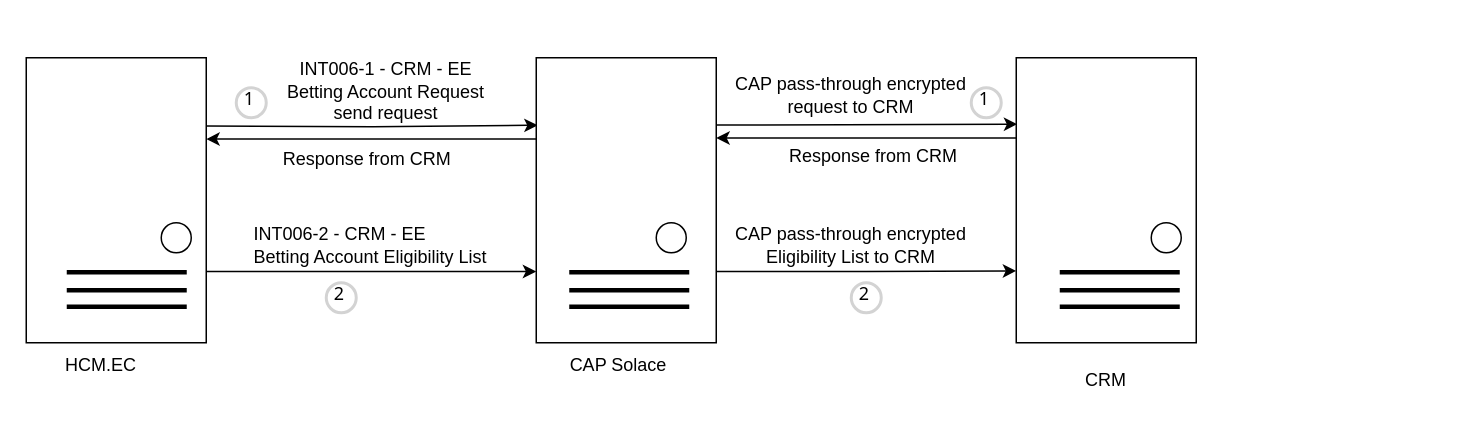
Above: page "CRM" (6 of 10) of Untitled Diagram.drawio in wsxad234/flowchart (draw.io), before the change. Source tidied: cells renumbered, new cells numbered last; positions are measured from the earlier drawing's top-left corner, leaving out a move shared by most shapes. Both pictures are drawn from the tidied source at 150%, with x=0, y=0 at pixel (26, 57).
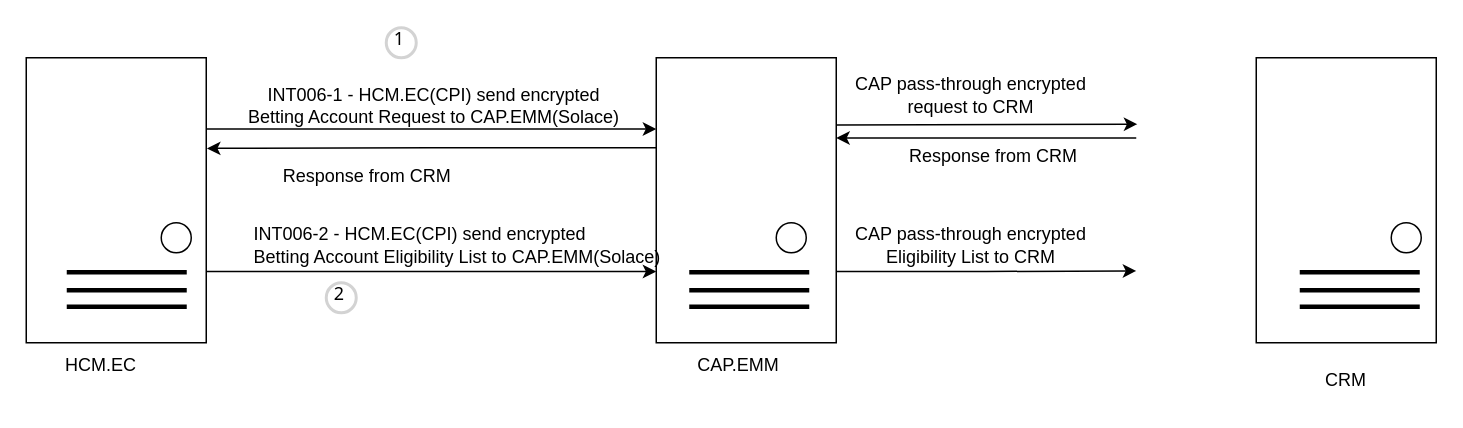
Above is the later version.

Unchanged cells that the change refers to:
```xml
<mxCell id="18" style="rounded=0;whiteSpace=wrap;html=1;" parent="16" vertex="1">
  <mxGeometry width="120" height="190" as="geometry" />
</mxCell>
<mxCell id="25" style="rounded=0;whiteSpace=wrap;html=1;" parent="24" vertex="1">
  <mxGeometry width="120" height="190" as="geometry" />
</mxCell>
```

Change to the diagram source:
```diff
@@
-    <mxCell id="2" style="edgeStyle=orthogonalEdgeStyle;rounded=0;orthogonalLoop=1;jettySize=auto;html=1;exitX=1;exitY=0.25;exitDx=0;exitDy=0;entryX=0.008;entryY=0.6;entryDx=0;entryDy=0;entryPerimeter=0;" parent="1" edge="1">
-      <mxGeometry relative="1" as="geometry">
-        <mxPoint x="120" y="45.5" as="sourcePoint" />
-        <mxPoint x="341" y="45" as="targetPoint" />
-      </mxGeometry>
-    </mxCell>
-    <mxCell id="3" style="edgeStyle=orthogonalEdgeStyle;rounded=0;orthogonalLoop=1;jettySize=auto;html=1;entryX=1;entryY=0.5;entryDx=0;entryDy=0;" parent="1" edge="1">
-      <mxGeometry relative="1" as="geometry">
-        <mxPoint x="340" y="54.2" as="sourcePoint" />
-        <mxPoint x="120" y="54.2" as="targetPoint" />
-      </mxGeometry>
+    <mxCell id="3" style="edgeStyle=orthogonalEdgeStyle;rounded=0;jettySize=auto;html=1;entryX=1.004;entryY=0.318;entryDx=0;entryDy=0;exitX=0;exitY=0.316;exitDx=0;exitDy=0;exitPerimeter=0;entryPerimeter=0;" parent="1" edge="1" source="18" target="25">
+      <mxGeometry relative="1" as="geometry" />
     </mxCell>
     <mxCell id="4" style="edgeStyle=orthogonalEdgeStyle;rounded=0;orthogonalLoop=1;jettySize=auto;html=1;exitX=0;exitY=0.25;exitDx=0;exitDy=0;entryX=1;entryY=0.25;entryDx=0;entryDy=0;" parent="1" edge="1">
       <mxGeometry relative="1" as="geometry">
-        <mxPoint x="660" y="53.5" as="sourcePoint" />
-        <mxPoint x="460" y="53.5" as="targetPoint" />
+        <mxPoint x="740" y="53.5" as="sourcePoint" />
+        <mxPoint x="540" y="53.5" as="targetPoint" />
       </mxGeometry>
     </mxCell>
     <mxCell id="5" value="Response from CRM" style="text;html=1;strokeColor=none;fillColor=none;align=center;verticalAlign=middle;whiteSpace=wrap;rounded=0;" parent="1" vertex="1">
-      <mxGeometry x="150" y="60" width="155" height="16" as="geometry" />
+      <mxGeometry x="150" y="71" width="155" height="16" as="geometry" />
     </mxCell>
     <mxCell id="6" value="CAP pass-through encrypted request to CRM" style="text;html=1;strokeColor=none;fillColor=none;align=center;verticalAlign=middle;whiteSpace=wrap;rounded=0;" parent="1" vertex="1">
-      <mxGeometry x="460" y="10" width="180" height="30" as="geometry" />
+      <mxGeometry x="540" y="10" width="180" height="30" as="geometry" />
     </mxCell>
-    <mxCell id="7" value="&lt;br&gt;&lt;table style=&quot;border-collapse:&lt;br/&gt; collapse;width:305pt&quot; width=&quot;406&quot; cellspacing=&quot;0&quot; cellpadding=&quot;0&quot; border=&quot;0&quot;&gt;&lt;tbody&gt;&lt;tr style=&quot;height:14.4pt&quot; height=&quot;19&quot;&gt;  &lt;td style=&quot;height:14.4pt;width:305pt&quot; width=&quot;406&quot; height=&quot;19&quot;&gt;INT006-1 - CRM - EE&lt;br&gt;  Betting Account Request&lt;/td&gt;&lt;/tr&gt;&lt;/tbody&gt;&lt;/table&gt;send request" style="text;html=1;strokeColor=none;fillColor=none;align=center;verticalAlign=middle;whiteSpace=wrap;rounded=0;" parent="1" vertex="1">
-      <mxGeometry x="120" width="240" height="30" as="geometry" />
+    <mxCell id="7" value="&lt;br&gt;&lt;table style=&quot;border-collapse:&lt;br/&gt; collapse;width:305pt&quot; width=&quot;406&quot; cellspacing=&quot;0&quot; cellpadding=&quot;0&quot; border=&quot;0&quot;&gt;&lt;tbody&gt;&lt;tr style=&quot;height:14.4pt&quot; height=&quot;19&quot;&gt;  &lt;td style=&quot;height:14.4pt;width:305pt&quot; width=&quot;406&quot; height=&quot;19&quot;&gt;INT006-1 - HCM.EC(CPI) send encrypted&lt;br&gt;  Betting Account Request to CAP.EMM(Solace)&lt;/td&gt;&lt;/tr&gt;&lt;/tbody&gt;&lt;/table&gt;" style="text;html=1;strokeColor=none;fillColor=none;align=center;verticalAlign=middle;whiteSpace=wrap;rounded=0;" parent="1" vertex="1">
+      <mxGeometry x="152" y="10" width="240" height="30" as="geometry" />
     </mxCell>
     <mxCell id="8" style="endArrow=classic;html=1;rounded=0;entryX=0.006;entryY=0.312;entryDx=0;entryDy=0;entryPerimeter=0;exitX=1.002;exitY=0.315;exitDx=0;exitDy=0;exitPerimeter=0;" parent="1" edge="1">
       <mxGeometry relative="1" as="geometry">
-        <mxPoint x="460.2" y="44.9" as="sourcePoint" />
-        <mxPoint x="660.7" y="44.3" as="targetPoint" />
+        <mxPoint x="540.2" y="44.9" as="sourcePoint" />
+        <mxPoint x="740.7" y="44.3" as="targetPoint" />
       </mxGeometry>
     </mxCell>
     <mxCell id="9" style="group;" parent="1" vertex="1">
-      <mxGeometry x="660" width="120" height="230" as="geometry" />
+      <mxGeometry x="820" width="120" height="230" as="geometry" />
     </mxCell>
@@
     <mxCell id="16" style="group;" parent="1" vertex="1">
-      <mxGeometry x="340" width="120" height="220" as="geometry" />
+      <mxGeometry x="420" width="120" height="220" as="geometry" />
     </mxCell>
@@
-    <mxCell id="20" value="CAP Solace" style="text;html=1;strokeColor=none;fillColor=none;align=center;verticalAlign=middle;whiteSpace=wrap;rounded=0;" parent="16" vertex="1">
+    <mxCell id="20" value="CAP.EMM" style="text;html=1;strokeColor=none;fillColor=none;align=center;verticalAlign=middle;whiteSpace=wrap;rounded=0;" parent="16" vertex="1">
       <mxGeometry x="20" y="190" width="70" height="30" as="geometry" />
     </mxCell>
@@
     <mxCell id="31" value="Response from CRM" style="text;html=1;strokeColor=none;fillColor=none;align=center;verticalAlign=middle;whiteSpace=wrap;rounded=0;" parent="1" vertex="1">
-      <mxGeometry x="490" y="56" width="150" height="20" as="geometry" />
+      <mxGeometry x="570" y="56" width="150" height="20" as="geometry" />
     </mxCell>
@@
-    <mxCell id="34" value="2" style="ellipse;whiteSpace=wrap;html=1;strokeWidth=2;fontFamily=Tahoma;spacingBottom=4;spacingRight=2;strokeColor=#d3d3d3;" parent="1" vertex="1">
-      <mxGeometry x="550" y="150" width="20" height="20" as="geometry" />
-    </mxCell>
     <mxCell id="35" value="1" style="ellipse;whiteSpace=wrap;html=1;strokeWidth=2;fontFamily=Tahoma;spacingBottom=4;spacingRight=2;strokeColor=#d3d3d3;" parent="1" vertex="1">
-      <mxGeometry x="140" y="20" width="20" height="20" as="geometry" />
+      <mxGeometry x="240" y="-20" width="20" height="20" as="geometry" />
     </mxCell>
-    <mxCell id="36" value="1" style="ellipse;whiteSpace=wrap;html=1;strokeWidth=2;fontFamily=Tahoma;spacingBottom=4;spacingRight=2;strokeColor=#d3d3d3;" parent="1" vertex="1">
-      <mxGeometry x="630" y="20" width="20" height="20" as="geometry" />
-    </mxCell>
-    <mxCell id="37" value="&lt;br&gt;&lt;table border=&quot;0&quot; cellpadding=&quot;0&quot; cellspacing=&quot;0&quot; width=&quot;406&quot; style=&quot;border-collapse:&lt;br/&gt; collapse;width:305pt&quot;&gt; &lt;colgroup&gt;&lt;col width=&quot;406&quot; style=&quot;mso-width-source:userset;mso-width-alt:14449;width:305pt&quot;&gt;&lt;/colgroup&gt; &lt;tbody&gt;&lt;tr height=&quot;19&quot; style=&quot;height:14.4pt&quot;&gt;  &lt;td height=&quot;19&quot; width=&quot;406&quot; style=&quot;height:14.4pt;width:305pt&quot;&gt;INT006-2 - CRM - EE&lt;br&gt;  Betting Account Eligibility List&lt;/td&gt; &lt;/tr&gt;&lt;/tbody&gt;&lt;/table&gt;" style="text;whiteSpace=wrap;html=1;" parent="1" vertex="1">
+    <mxCell id="37" value="&lt;br&gt;&lt;table border=&quot;0&quot; cellpadding=&quot;0&quot; cellspacing=&quot;0&quot; width=&quot;406&quot; style=&quot;border-collapse:&lt;br/&gt; collapse;width:305pt&quot;&gt; &lt;colgroup&gt;&lt;col width=&quot;406&quot; style=&quot;mso-width-source:userset;mso-width-alt:14449;width:305pt&quot;&gt;&lt;/colgroup&gt; &lt;tbody&gt;&lt;tr height=&quot;19&quot; style=&quot;height:14.4pt&quot;&gt;  &lt;td height=&quot;19&quot; width=&quot;406&quot; style=&quot;height:14.4pt;width:305pt&quot;&gt;INT006-2 - HCM.EC(CPI) send encrypted&lt;br&gt;  Betting Account Eligibility List to CAP.EMM(Solace)&lt;/td&gt; &lt;/tr&gt;&lt;/tbody&gt;&lt;/table&gt;" style="text;whiteSpace=wrap;html=1;" parent="1" vertex="1">
       <mxGeometry x="150" y="90" width="180" height="60" as="geometry" />
     </mxCell>
     <mxCell id="38" value="CAP pass-through encrypted Eligibility List to CRM" style="text;html=1;strokeColor=none;fillColor=none;align=center;verticalAlign=middle;whiteSpace=wrap;rounded=0;" parent="1" vertex="1">
-      <mxGeometry x="460" y="110" width="180" height="30" as="geometry" />
+      <mxGeometry x="540" y="110" width="180" height="30" as="geometry" />
     </mxCell>
+    <mxCell id="39" style="edgeStyle=orthogonalEdgeStyle;rounded=0;jettySize=auto;html=1;exitX=1;exitY=0.25;exitDx=0;exitDy=0;entryX=0;entryY=0.25;entryDx=0;entryDy=0;" parent="1" edge="1" source="25" target="18">
+      <mxGeometry relative="1" as="geometry" />
+    </mxCell>
```
